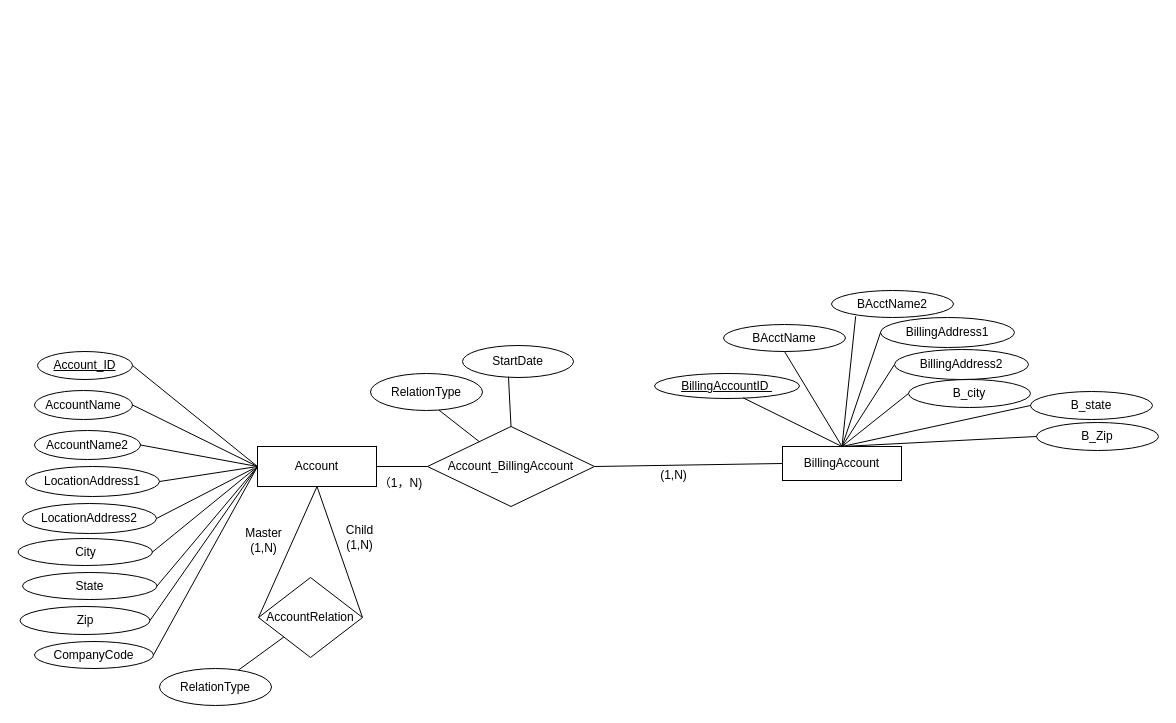
Earlier version of the draw.io diagram page "Page-1" (1 of 2) of dsm-project-p1.drawio (HanquanL/c_practices). Source tidied: cells renumbered, new cells numbered last; positions are measured from the earlier drawing's top-left corner, leaving out a move shared by most shapes. Both pictures are drawn from the tidied source at 100%, with x=0, y=0 at pixel (17, 290).
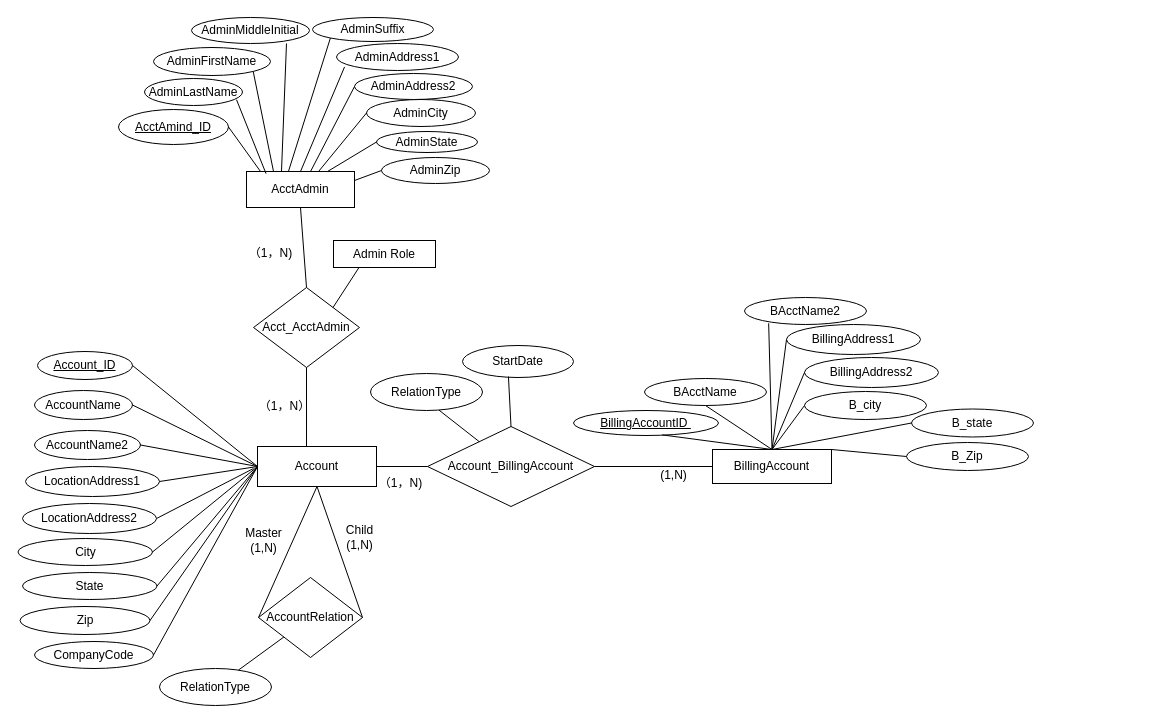
The same page after the edit.

The change refers to these unchanged cells:
```xml
<mxCell id="2" value="Account" style="rounded=0;whiteSpace=wrap;html=1;" parent="1" vertex="1">
  <mxGeometry x="240" y="156" width="119" height="40" as="geometry" />
</mxCell>
```

The edit, as a diff of the source:
```diff
@@
     <mxCell id="24" value="BillingAccount" style="rounded=0;whiteSpace=wrap;html=1;" parent="1" vertex="1">
-      <mxGeometry x="765" y="156" width="119" height="34" as="geometry" />
+      <mxGeometry x="695" y="159" width="119" height="34" as="geometry" />
     </mxCell>
     <mxCell id="25" value="&lt;u&gt;BillingAccountID&amp;nbsp;&lt;/u&gt;" style="ellipse;whiteSpace=wrap;html=1;" parent="1" vertex="1">
-      <mxGeometry x="637" y="83" width="145" height="25" as="geometry" />
+      <mxGeometry x="556" y="120" width="145" height="25" as="geometry" />
     </mxCell>
     <mxCell id="26" value="BAcctName" style="ellipse;whiteSpace=wrap;html=1;" parent="1" vertex="1">
-      <mxGeometry x="706" y="34" width="122" height="27" as="geometry" />
+      <mxGeometry x="627" y="88" width="122" height="27" as="geometry" />
     </mxCell>
     <mxCell id="27" value="BAcctName2" style="ellipse;whiteSpace=wrap;html=1;" parent="1" vertex="1">
-      <mxGeometry x="814" width="122" height="27" as="geometry" />
+      <mxGeometry x="727" y="7" width="122" height="27" as="geometry" />
     </mxCell>
     <mxCell id="28" value="BillingAddress1" style="ellipse;whiteSpace=wrap;html=1;" parent="1" vertex="1">
-      <mxGeometry x="863" y="27" width="134" height="30" as="geometry" />
+      <mxGeometry x="769" y="34" width="134" height="30" as="geometry" />
     </mxCell>
     <mxCell id="29" value="BillingAddress2" style="ellipse;whiteSpace=wrap;html=1;" parent="1" vertex="1">
-      <mxGeometry x="877" y="59" width="134" height="30" as="geometry" />
+      <mxGeometry x="787" y="67" width="134" height="30" as="geometry" />
     </mxCell>
     <mxCell id="30" value="B_city" style="ellipse;whiteSpace=wrap;html=1;" parent="1" vertex="1">
-      <mxGeometry x="891" y="89" width="122" height="28" as="geometry" />
+      <mxGeometry x="787" y="101" width="122" height="28" as="geometry" />
     </mxCell>
     <mxCell id="31" value="B_state" style="ellipse;whiteSpace=wrap;html=1;" parent="1" vertex="1">
-      <mxGeometry x="1013" y="101" width="122" height="28" as="geometry" />
+      <mxGeometry x="894" y="118.5" width="122" height="28" as="geometry" />
     </mxCell>
     <mxCell id="32" value="B_Zip" style="ellipse;whiteSpace=wrap;html=1;" parent="1" vertex="1">
-      <mxGeometry x="1019" y="132" width="122" height="28" as="geometry" />
+      <mxGeometry x="889" y="152" width="122" height="28" as="geometry" />
     </mxCell>
@@
-    <mxCell id="40" style="endArrow=none;html=1;rounded=0;entryX=0;entryY=0.5;entryDx=0;entryDy=0;exitX=0.5;exitY=0;exitDx=0;exitDy=0;" parent="1" edge="1" source="24" target="32">
+    <mxCell id="40" style="endArrow=none;html=1;rounded=0;entryX=0;entryY=0.5;entryDx=0;entryDy=0;exitX=1;exitY=0;exitDx=0;exitDy=0;" parent="1" edge="1" source="24" target="32">
       <mxGeometry relative="1" as="geometry" />
     </mxCell>
@@
+    <mxCell id="54" value="AcctAdmin" style="rounded=0;whiteSpace=wrap;html=1;" parent="1" vertex="1">
+      <mxGeometry x="229" y="-119" width="108" height="36" as="geometry" />
+    </mxCell>
+    <mxCell id="55" value="&lt;u&gt;AcctAmind_ID&lt;/u&gt;" style="ellipse;whiteSpace=wrap;html=1;" parent="1" vertex="1">
+      <mxGeometry x="101" y="-181" width="110" height="35" as="geometry" />
+    </mxCell>
+    <mxCell id="56" value="AdminLastName" style="ellipse;whiteSpace=wrap;html=1;" parent="1" vertex="1">
+      <mxGeometry x="127" y="-212" width="98" height="27" as="geometry" />
+    </mxCell>
+    <mxCell id="57" value="AdminFirstName" style="ellipse;whiteSpace=wrap;html=1;" parent="1" vertex="1">
+      <mxGeometry x="136" y="-243" width="117" height="28" as="geometry" />
+    </mxCell>
+    <mxCell id="58" value="AdminMiddleInitial" style="ellipse;whiteSpace=wrap;html=1;" parent="1" vertex="1">
+      <mxGeometry x="174" y="-273" width="118" height="26" as="geometry" />
+    </mxCell>
+    <mxCell id="59" value="AdminSuffix" style="ellipse;whiteSpace=wrap;html=1;" parent="1" vertex="1">
+      <mxGeometry x="295" y="-273" width="121" height="24" as="geometry" />
+    </mxCell>
+    <mxCell id="60" value="AdminAddress1" style="ellipse;whiteSpace=wrap;html=1;" parent="1" vertex="1">
+      <mxGeometry x="319" y="-247" width="122" height="27" as="geometry" />
+    </mxCell>
+    <mxCell id="61" value="AdminAddress2" style="ellipse;whiteSpace=wrap;html=1;" parent="1" vertex="1">
+      <mxGeometry x="337" y="-217" width="118" height="26" as="geometry" />
+    </mxCell>
+    <mxCell id="62" value="AdminCity" style="ellipse;whiteSpace=wrap;html=1;" parent="1" vertex="1">
+      <mxGeometry x="349" y="-191" width="109" height="27" as="geometry" />
+    </mxCell>
+    <mxCell id="63" value="AdminState" style="ellipse;whiteSpace=wrap;html=1;" parent="1" vertex="1">
+      <mxGeometry x="359" y="-159" width="101" height="21" as="geometry" />
+    </mxCell>
+    <mxCell id="64" value="AdminZip" style="ellipse;whiteSpace=wrap;html=1;" parent="1" vertex="1">
+      <mxGeometry x="364" y="-133" width="108" height="26" as="geometry" />
+    </mxCell>
+    <mxCell id="65" style="endArrow=none;html=1;rounded=0;entryX=1;entryY=0.5;entryDx=0;entryDy=0;exitX=0.13;exitY=0;exitDx=0;exitDy=0;exitPerimeter=0;" parent="1" edge="1" source="54" target="55">
+      <mxGeometry relative="1" as="geometry" />
+    </mxCell>
+    <mxCell id="66" style="endArrow=none;html=1;rounded=0;entryX=0.939;entryY=0.785;entryDx=0;entryDy=0;entryPerimeter=0;exitX=0.181;exitY=0.061;exitDx=0;exitDy=0;exitPerimeter=0;" parent="1" edge="1" source="54" target="56">
+      <mxGeometry relative="1" as="geometry" />
+    </mxCell>
+    <mxCell id="67" style="endArrow=none;html=1;rounded=0;entryX=1;entryY=1;entryDx=0;entryDy=0;exitX=0.25;exitY=0;exitDx=0;exitDy=0;" parent="1" edge="1" source="54" target="57">
+      <mxGeometry relative="1" as="geometry" />
+    </mxCell>
+    <mxCell id="68" style="endArrow=none;html=1;rounded=0;entryX=0.805;entryY=1;entryDx=0;entryDy=0;entryPerimeter=0;exitX=0.324;exitY=0;exitDx=0;exitDy=0;exitPerimeter=0;" parent="1" edge="1" source="54" target="58">
+      <mxGeometry relative="1" as="geometry" />
+    </mxCell>
+    <mxCell id="69" style="endArrow=none;html=1;rounded=0;entryX=0;entryY=1;entryDx=0;entryDy=0;exitX=0.389;exitY=-0.006;exitDx=0;exitDy=0;exitPerimeter=0;" parent="1" edge="1" source="54" target="59">
+      <mxGeometry relative="1" as="geometry" />
+    </mxCell>
+    <mxCell id="70" style="endArrow=none;html=1;rounded=0;entryX=0.066;entryY=0.867;entryDx=0;entryDy=0;entryPerimeter=0;exitX=0.5;exitY=0;exitDx=0;exitDy=0;" parent="1" edge="1" source="54" target="60">
+      <mxGeometry relative="1" as="geometry" />
+    </mxCell>
+    <mxCell id="71" style="endArrow=none;html=1;rounded=0;entryX=0;entryY=0.5;entryDx=0;entryDy=0;exitX=0.593;exitY=0;exitDx=0;exitDy=0;exitPerimeter=0;" parent="1" edge="1" source="54" target="61">
+      <mxGeometry relative="1" as="geometry" />
+    </mxCell>
+    <mxCell id="72" style="endArrow=none;html=1;rounded=0;entryX=0;entryY=0.5;entryDx=0;entryDy=0;exitX=0.667;exitY=0;exitDx=0;exitDy=0;exitPerimeter=0;" parent="1" edge="1" source="54" target="62">
+      <mxGeometry relative="1" as="geometry" />
+    </mxCell>
+    <mxCell id="73" style="endArrow=none;html=1;rounded=0;entryX=0;entryY=0.5;entryDx=0;entryDy=0;exitX=0.75;exitY=0;exitDx=0;exitDy=0;" parent="1" edge="1" source="54" target="63">
+      <mxGeometry relative="1" as="geometry" />
+    </mxCell>
+    <mxCell id="74" style="endArrow=none;html=1;rounded=0;entryX=0;entryY=0.5;entryDx=0;entryDy=0;exitX=1;exitY=0.25;exitDx=0;exitDy=0;" parent="1" edge="1" source="54" target="64">
+      <mxGeometry relative="1" as="geometry" />
+    </mxCell>
+    <mxCell id="75" value="Acct_AcctAdmin" style="rhombus;whiteSpace=wrap;html=1;" parent="1" vertex="1">
+      <mxGeometry x="236" y="-3" width="106" height="80" as="geometry" />
+    </mxCell>
+    <mxCell id="76" style="endArrow=none;html=1;rounded=0;entryX=0.5;entryY=0;entryDx=0;entryDy=0;exitX=0.5;exitY=1;exitDx=0;exitDy=0;" parent="1" edge="1" source="54" target="75">
+      <mxGeometry relative="1" as="geometry" />
+    </mxCell>
+    <mxCell id="77" style="endArrow=none;html=1;rounded=0;entryX=0.5;entryY=1;entryDx=0;entryDy=0;exitX=0.412;exitY=0;exitDx=0;exitDy=0;exitPerimeter=0;" parent="1" edge="1" source="2" target="75">
+      <mxGeometry relative="1" as="geometry" />
+    </mxCell>
+    <mxCell id="78" value="Admin Role" style="rounded=0;whiteSpace=wrap;html=1;" parent="1" vertex="1">
+      <mxGeometry x="316" y="-50" width="102" height="27" as="geometry" />
+    </mxCell>
+    <mxCell id="79" style="endArrow=none;html=1;rounded=0;entryX=0.25;entryY=1;entryDx=0;entryDy=0;exitX=1;exitY=0;exitDx=0;exitDy=0;" parent="1" edge="1" source="75" target="78">
+      <mxGeometry relative="1" as="geometry" />
+    </mxCell>
+    <mxCell id="80" value="（1，N)" style="text;html=1;align=center;verticalAlign=middle;strokeColor=none;fillColor=none;" parent="1" vertex="1">
+      <mxGeometry x="222" y="-50" width="61" height="26" as="geometry" />
+    </mxCell>
+    <mxCell id="81" value="（1，N）" style="text;html=1;align=center;verticalAlign=middle;strokeColor=none;fillColor=none;" parent="1" vertex="1">
+      <mxGeometry x="232" y="103" width="69" height="26" as="geometry" />
+    </mxCell>
```
